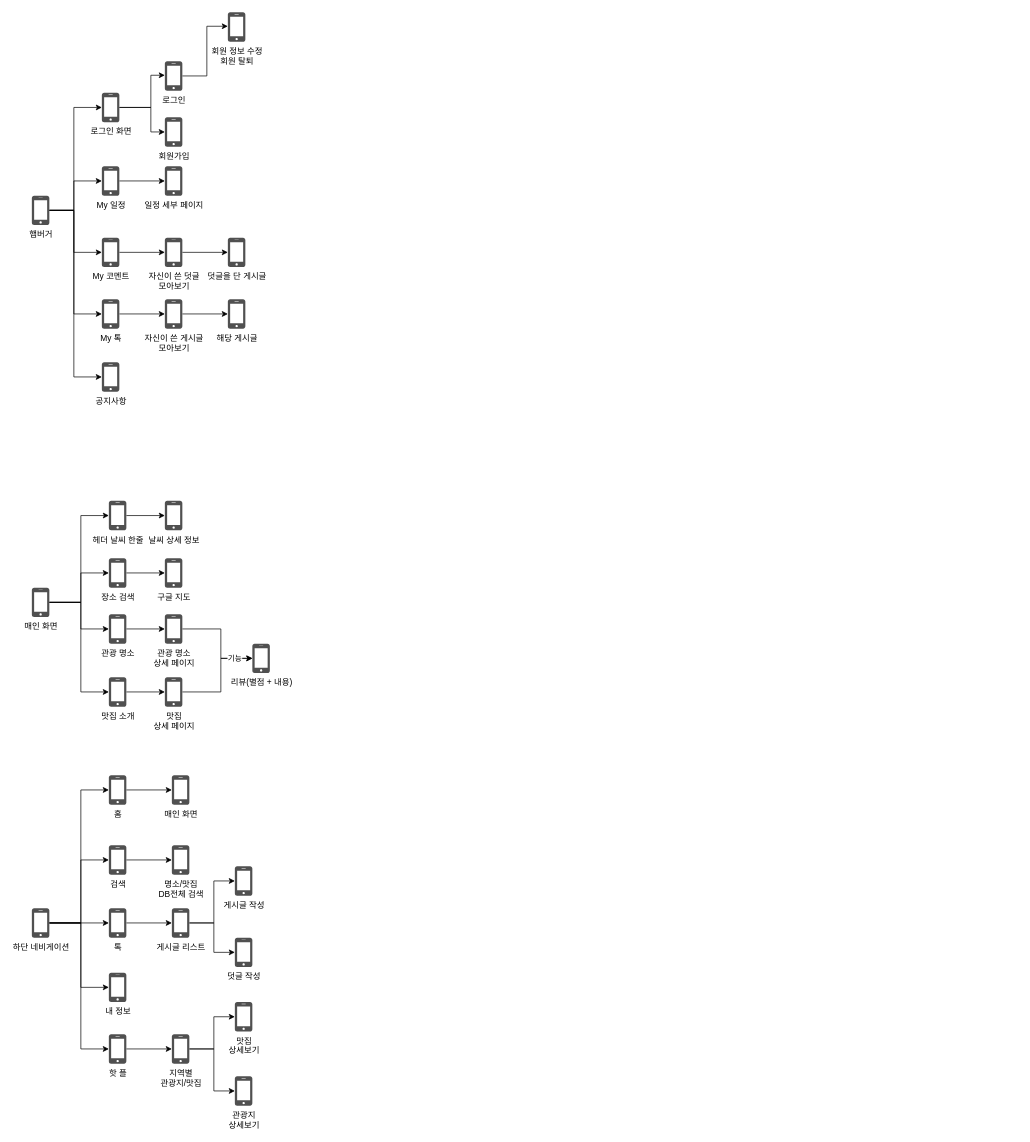
Earlier version of the draw.io diagram Untitled Diagram.drawio (High5tatus/JejuTour_Project). Source tidied: cells renumbered, new cells numbered last; positions are measured from the earlier drawing's top-left corner, leaving out a move shared by most shapes. Both pictures are drawn from the tidied source at 70%, with x=0, y=0 at pixel (31, 12).
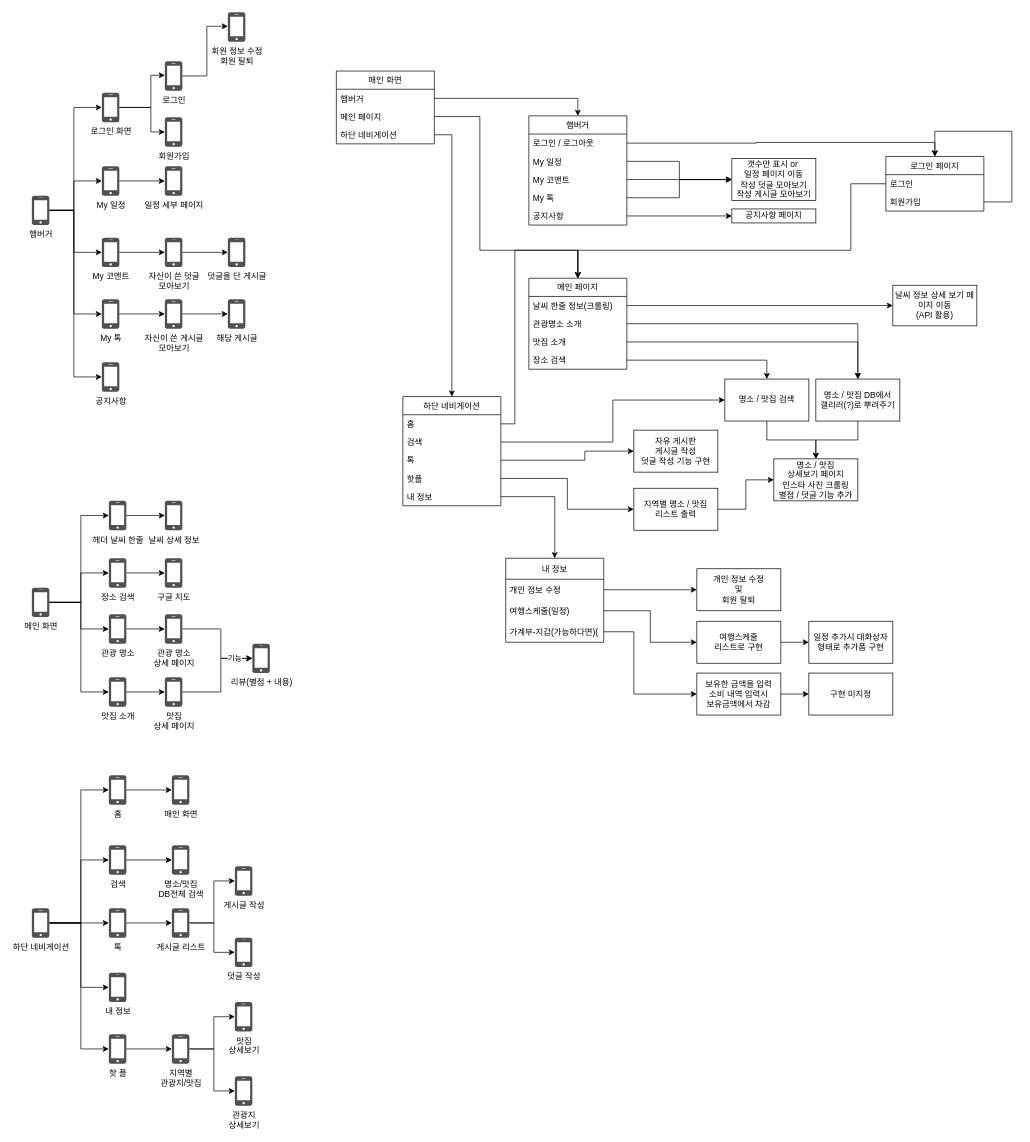
After the change.

Diff of the diagram source:
```diff
@@
-    <mxCell id="25" value="매인 화면" style="sketch=0;shadow=0;dashed=0;html=1;strokeColor=none;fillColor=#505050;labelPosition=center;verticalLabelPosition=bottom;verticalAlign=top;outlineConnect=0;align=center;shape=mxgraph.office.devices.cell_phone_iphone_standalone;" parent="1" vertex="1">
+    <mxCell id="25" value="메인 화면" style="sketch=0;shadow=0;dashed=0;html=1;strokeColor=none;fillColor=#505050;labelPosition=center;verticalLabelPosition=bottom;verticalAlign=top;outlineConnect=0;align=center;shape=mxgraph.office.devices.cell_phone_iphone_standalone;" parent="1" vertex="1">
       <mxGeometry y="822" width="25" height="42" as="geometry" />
     </mxCell>
@@
+    <mxCell id="76" value="햄버거" style="swimlane;fontStyle=0;horizontal=1;startSize=26;fillColor=none;" parent="1" vertex="1">
+      <mxGeometry x="710" y="148" width="140" height="156" as="geometry" />
+    </mxCell>
+    <mxCell id="77" value="로그인 / 로그아웃" style="text;strokeColor=none;fillColor=none;align=left;verticalAlign=top;spacingLeft=4;spacingRight=4;overflow=hidden;points=[[0,0.5],[1,0.5]];portConstraint=eastwest;" parent="76" vertex="1">
+      <mxGeometry y="26" width="140" height="26" as="geometry" />
+    </mxCell>
+    <mxCell id="78" value="My 일정" style="text;strokeColor=none;fillColor=none;align=left;verticalAlign=top;spacingLeft=4;spacingRight=4;overflow=hidden;points=[[0,0.5],[1,0.5]];portConstraint=eastwest;" parent="76" vertex="1">
+      <mxGeometry y="52" width="140" height="26" as="geometry" />
+    </mxCell>
+    <mxCell id="79" value="My 코맨트" style="text;strokeColor=none;fillColor=none;align=left;verticalAlign=top;spacingLeft=4;spacingRight=4;overflow=hidden;points=[[0,0.5],[1,0.5]];portConstraint=eastwest;" parent="76" vertex="1">
+      <mxGeometry y="78" width="140" height="26" as="geometry" />
+    </mxCell>
+    <mxCell id="80" value="My 톡" style="text;strokeColor=none;fillColor=none;align=left;verticalAlign=top;spacingLeft=4;spacingRight=4;overflow=hidden;points=[[0,0.5],[1,0.5]];portConstraint=eastwest;" parent="76" vertex="1">
+      <mxGeometry y="104" width="140" height="26" as="geometry" />
+    </mxCell>
+    <mxCell id="81" value="공지사항" style="text;strokeColor=none;fillColor=none;align=left;verticalAlign=top;spacingLeft=4;spacingRight=4;overflow=hidden;points=[[0,0.5],[1,0.5]];portConstraint=eastwest;" parent="76" vertex="1">
+      <mxGeometry y="130" width="140" height="26" as="geometry" />
+    </mxCell>
+    <mxCell id="82" value="로그인 페이지" style="swimlane;fontStyle=0;horizontal=1;startSize=26;fillColor=none;" parent="1" vertex="1">
+      <mxGeometry x="1220" y="206" width="140" height="78" as="geometry" />
+    </mxCell>
+    <mxCell id="83" value="로그인" style="text;strokeColor=none;fillColor=none;align=left;verticalAlign=top;spacingLeft=4;spacingRight=4;overflow=hidden;points=[[0,0.5],[1,0.5]];portConstraint=eastwest;" parent="82" vertex="1">
+      <mxGeometry y="26" width="140" height="26" as="geometry" />
+    </mxCell>
+    <mxCell id="84" style="edgeStyle=orthogonalEdgeStyle;rounded=0;jettySize=auto;html=1;entryX=0.5;entryY=0;entryDx=0;entryDy=0;" parent="82" edge="1" source="85" target="82">
+      <mxGeometry relative="1" as="geometry">
+        <Array as="points">
+          <mxPoint x="180" y="65" />
+          <mxPoint x="180" y="-36" />
+          <mxPoint x="70" y="-36" />
+        </Array>
+      </mxGeometry>
+    </mxCell>
+    <mxCell id="85" value="회원가입" style="text;strokeColor=none;fillColor=none;align=left;verticalAlign=top;spacingLeft=4;spacingRight=4;overflow=hidden;points=[[0,0.5],[1,0.5]];portConstraint=eastwest;" parent="82" vertex="1">
+      <mxGeometry y="52" width="140" height="26" as="geometry" />
+    </mxCell>
+    <mxCell id="86" style="edgeStyle=orthogonalEdgeStyle;rounded=0;jettySize=auto;html=1;entryX=0.5;entryY=0;entryDx=0;entryDy=0;" parent="1" edge="1" source="77" target="82">
+      <mxGeometry relative="1" as="geometry" />
+    </mxCell>
+    <mxCell id="87" value="매인 화면" style="swimlane;fontStyle=0;horizontal=1;startSize=26;fillColor=none;" parent="1" vertex="1">
+      <mxGeometry x="435" y="84" width="140" height="104" as="geometry" />
+    </mxCell>
+    <mxCell id="88" value="햄버거" style="text;strokeColor=none;fillColor=none;align=left;verticalAlign=top;spacingLeft=4;spacingRight=4;overflow=hidden;points=[[0,0.5],[1,0.5]];portConstraint=eastwest;" parent="87" vertex="1">
+      <mxGeometry y="26" width="140" height="26" as="geometry" />
+    </mxCell>
+    <mxCell id="89" value="메인 페이지" style="text;strokeColor=none;fillColor=none;align=left;verticalAlign=top;spacingLeft=4;spacingRight=4;overflow=hidden;points=[[0,0.5],[1,0.5]];portConstraint=eastwest;" parent="87" vertex="1">
+      <mxGeometry y="52" width="140" height="26" as="geometry" />
+    </mxCell>
+    <mxCell id="90" value="하단 네비게이션" style="text;strokeColor=none;fillColor=none;align=left;verticalAlign=top;spacingLeft=4;spacingRight=4;overflow=hidden;points=[[0,0.5],[1,0.5]];portConstraint=eastwest;" parent="87" vertex="1">
+      <mxGeometry y="78" width="140" height="26" as="geometry" />
+    </mxCell>
+    <mxCell id="91" style="edgeStyle=orthogonalEdgeStyle;rounded=0;jettySize=auto;html=1;entryX=0.5;entryY=0;entryDx=0;entryDy=0;" parent="1" edge="1" source="88" target="76">
+      <mxGeometry relative="1" as="geometry" />
+    </mxCell>
+    <mxCell id="92" value="메인 페이지" style="swimlane;fontStyle=0;horizontal=1;startSize=26;fillColor=none;" parent="1" vertex="1">
+      <mxGeometry x="710" y="380" width="140" height="130" as="geometry" />
+    </mxCell>
+    <mxCell id="93" value="날씨 한줄 정보(크롤링)" style="text;strokeColor=none;fillColor=none;align=left;verticalAlign=top;spacingLeft=4;spacingRight=4;overflow=hidden;points=[[0,0.5],[1,0.5]];portConstraint=eastwest;" parent="92" vertex="1">
+      <mxGeometry y="26" width="140" height="26" as="geometry" />
+    </mxCell>
+    <mxCell id="94" value="관광명소 소개" style="text;strokeColor=none;fillColor=none;align=left;verticalAlign=top;spacingLeft=4;spacingRight=4;overflow=hidden;points=[[0,0.5],[1,0.5]];portConstraint=eastwest;" parent="92" vertex="1">
+      <mxGeometry y="52" width="140" height="26" as="geometry" />
+    </mxCell>
+    <mxCell id="95" value="맛집 소개" style="text;strokeColor=none;fillColor=none;align=left;verticalAlign=top;spacingLeft=4;spacingRight=4;overflow=hidden;points=[[0,0.5],[1,0.5]];portConstraint=eastwest;" parent="92" vertex="1">
+      <mxGeometry y="78" width="140" height="26" as="geometry" />
+    </mxCell>
+    <mxCell id="96" value="장소 검색" style="text;strokeColor=none;fillColor=none;align=left;verticalAlign=top;spacingLeft=4;spacingRight=4;overflow=hidden;points=[[0,0.5],[1,0.5]];portConstraint=eastwest;" parent="92" vertex="1">
+      <mxGeometry y="104" width="140" height="26" as="geometry" />
+    </mxCell>
+    <mxCell id="97" style="edgeStyle=orthogonalEdgeStyle;rounded=0;jettySize=auto;html=1;entryX=0.5;entryY=0;entryDx=0;entryDy=0;" parent="1" edge="1" source="89" target="92">
+      <mxGeometry relative="1" as="geometry">
+        <Array as="points">
+          <mxPoint x="640" y="149" />
+          <mxPoint x="640" y="340" />
+          <mxPoint x="780" y="340" />
+        </Array>
+      </mxGeometry>
+    </mxCell>
+    <mxCell id="98" value="하단 네비게이션" style="swimlane;fontStyle=0;horizontal=1;startSize=26;fillColor=none;" parent="1" vertex="1">
+      <mxGeometry x="530" y="549" width="140" height="156" as="geometry" />
+    </mxCell>
+    <mxCell id="99" value="홈" style="text;strokeColor=none;fillColor=none;align=left;verticalAlign=top;spacingLeft=4;spacingRight=4;overflow=hidden;points=[[0,0.5],[1,0.5]];portConstraint=eastwest;" parent="98" vertex="1">
+      <mxGeometry y="26" width="140" height="26" as="geometry" />
+    </mxCell>
+    <mxCell id="100" value="검색" style="text;strokeColor=none;fillColor=none;align=left;verticalAlign=top;spacingLeft=4;spacingRight=4;overflow=hidden;points=[[0,0.5],[1,0.5]];portConstraint=eastwest;" parent="98" vertex="1">
+      <mxGeometry y="52" width="140" height="26" as="geometry" />
+    </mxCell>
+    <mxCell id="101" value="톡" style="text;strokeColor=none;fillColor=none;align=left;verticalAlign=top;spacingLeft=4;spacingRight=4;overflow=hidden;points=[[0,0.5],[1,0.5]];portConstraint=eastwest;" parent="98" vertex="1">
+      <mxGeometry y="78" width="140" height="26" as="geometry" />
+    </mxCell>
+    <mxCell id="102" value="핫플" style="text;strokeColor=none;fillColor=none;align=left;verticalAlign=top;spacingLeft=4;spacingRight=4;overflow=hidden;points=[[0,0.5],[1,0.5]];portConstraint=eastwest;whiteSpace=wrap;" parent="98" vertex="1">
+      <mxGeometry y="104" width="140" height="26" as="geometry" />
+    </mxCell>
+    <mxCell id="103" value="내 정보" style="text;strokeColor=none;fillColor=none;align=left;verticalAlign=top;spacingLeft=4;spacingRight=4;overflow=hidden;points=[[0,0.5],[1,0.5]];portConstraint=eastwest;" parent="98" vertex="1">
+      <mxGeometry y="130" width="140" height="26" as="geometry" />
+    </mxCell>
+    <mxCell id="104" style="edgeStyle=orthogonalEdgeStyle;rounded=0;jettySize=auto;html=1;entryX=0.5;entryY=0;entryDx=0;entryDy=0;" parent="1" edge="1" source="90" target="98">
+      <mxGeometry relative="1" as="geometry" />
+    </mxCell>
+    <mxCell id="105" style="edgeStyle=orthogonalEdgeStyle;rounded=0;jettySize=auto;html=1;entryX=0.5;entryY=0;entryDx=0;entryDy=0;exitX=1;exitY=0.5;exitDx=0;exitDy=0;" parent="1" edge="1" source="99" target="92">
+      <mxGeometry relative="1" as="geometry">
+        <Array as="points">
+          <mxPoint x="690" y="588" />
+          <mxPoint x="690" y="340" />
+          <mxPoint x="780" y="340" />
+        </Array>
+      </mxGeometry>
+    </mxCell>
+    <mxCell id="106" value="갯수만 표시 or&amp;nbsp;&lt;br&gt;일정 페이지 이동&lt;br&gt;작성 덧글 모아보기&lt;br&gt;작성 게시글 모아보기" style="rounded=0;whiteSpace=wrap;html=1;" parent="1" vertex="1">
+      <mxGeometry x="1000" y="209" width="120" height="60" as="geometry" />
+    </mxCell>
+    <mxCell id="107" style="edgeStyle=orthogonalEdgeStyle;rounded=0;jettySize=auto;html=1;entryX=0;entryY=0.5;entryDx=0;entryDy=0;" parent="1" edge="1" source="78" target="106">
+      <mxGeometry relative="1" as="geometry" />
+    </mxCell>
+    <mxCell id="108" style="edgeStyle=orthogonalEdgeStyle;rounded=0;jettySize=auto;html=1;entryX=0;entryY=0.5;entryDx=0;entryDy=0;" parent="1" edge="1" source="79" target="106">
+      <mxGeometry relative="1" as="geometry" />
+    </mxCell>
+    <mxCell id="109" style="edgeStyle=orthogonalEdgeStyle;rounded=0;jettySize=auto;html=1;entryX=0;entryY=0.5;entryDx=0;entryDy=0;" parent="1" edge="1" source="80" target="106">
+      <mxGeometry relative="1" as="geometry" />
+    </mxCell>
+    <mxCell id="110" value="공지사항 페이지" style="rounded=0;whiteSpace=wrap;html=1;" parent="1" vertex="1">
+      <mxGeometry x="1000" y="281" width="120" height="20" as="geometry" />
+    </mxCell>
+    <mxCell id="111" style="edgeStyle=orthogonalEdgeStyle;rounded=0;jettySize=auto;html=1;entryX=0;entryY=0.5;entryDx=0;entryDy=0;" parent="1" edge="1" source="81" target="110">
+      <mxGeometry relative="1" as="geometry" />
+    </mxCell>
+    <mxCell id="112" value="날씨 정보 상세 보기 페이지 이동&lt;br&gt;(API 활용)" style="rounded=0;whiteSpace=wrap;html=1;" parent="1" vertex="1">
+      <mxGeometry x="1230" y="390" width="120" height="58" as="geometry" />
+    </mxCell>
+    <mxCell id="113" style="edgeStyle=orthogonalEdgeStyle;rounded=0;jettySize=auto;html=1;entryX=0;entryY=0.5;entryDx=0;entryDy=0;" parent="1" edge="1" source="93" target="112">
+      <mxGeometry relative="1" as="geometry" />
+    </mxCell>
+    <mxCell id="114" style="edgeStyle=orthogonalEdgeStyle;rounded=0;jettySize=auto;html=1;entryX=0.5;entryY=0;entryDx=0;entryDy=0;" parent="1" edge="1" source="83" target="92">
+      <mxGeometry relative="1" as="geometry">
+        <Array as="points">
+          <mxPoint x="1170" y="245" />
+          <mxPoint x="1170" y="340" />
+          <mxPoint x="780" y="340" />
+        </Array>
+      </mxGeometry>
+    </mxCell>
+    <mxCell id="115" style="edgeStyle=orthogonalEdgeStyle;rounded=0;jettySize=auto;html=1;entryX=0.5;entryY=0;entryDx=0;entryDy=0;" parent="1" edge="1" source="96" target="118">
+      <mxGeometry relative="1" as="geometry" />
+    </mxCell>
+    <mxCell id="116" style="edgeStyle=orthogonalEdgeStyle;rounded=0;jettySize=auto;html=1;entryX=0.5;entryY=0;entryDx=0;entryDy=0;" parent="1" edge="1" source="94" target="120">
+      <mxGeometry relative="1" as="geometry" />
+    </mxCell>
+    <mxCell id="117" style="edgeStyle=orthogonalEdgeStyle;rounded=0;jettySize=auto;html=1;entryX=0.5;entryY=0;entryDx=0;entryDy=0;" parent="1" edge="1" source="118" target="122">
+      <mxGeometry relative="1" as="geometry" />
+    </mxCell>
+    <mxCell id="118" value="명소 / 맛집 검색" style="rounded=0;whiteSpace=wrap;html=1;" parent="1" vertex="1">
+      <mxGeometry x="990" y="524" width="120" height="60" as="geometry" />
+    </mxCell>
+    <mxCell id="119" style="edgeStyle=orthogonalEdgeStyle;rounded=0;jettySize=auto;html=1;entryX=0.5;entryY=0;entryDx=0;entryDy=0;" parent="1" edge="1" source="120" target="122">
+      <mxGeometry relative="1" as="geometry" />
+    </mxCell>
+    <mxCell id="120" value="명소 / 맛집 DB에서&lt;br&gt;갤리러(?)로 뿌려주기" style="rounded=0;whiteSpace=wrap;html=1;" parent="1" vertex="1">
+      <mxGeometry x="1120" y="524" width="120" height="60" as="geometry" />
+    </mxCell>
+    <mxCell id="121" style="edgeStyle=orthogonalEdgeStyle;rounded=0;jettySize=auto;html=1;entryX=0.5;entryY=0;entryDx=0;entryDy=0;" parent="1" edge="1" source="95" target="120">
+      <mxGeometry relative="1" as="geometry" />
+    </mxCell>
+    <mxCell id="122" value="명소 / 맛집 &lt;br&gt;상세보기 페이지&lt;br&gt;인스타 사진 크롤링&lt;br&gt;별점 / 덧글 기능 추가" style="rounded=0;whiteSpace=wrap;html=1;" parent="1" vertex="1">
+      <mxGeometry x="1060" y="638" width="120" height="60" as="geometry" />
+    </mxCell>
+    <mxCell id="123" style="edgeStyle=orthogonalEdgeStyle;rounded=0;jettySize=auto;html=1;entryX=0;entryY=0.5;entryDx=0;entryDy=0;exitX=1;exitY=0.5;exitDx=0;exitDy=0;" parent="1" edge="1" source="100" target="118">
+      <mxGeometry relative="1" as="geometry" />
+    </mxCell>
+    <mxCell id="124" value="자유 게시판&lt;br&gt;게시글 작성&lt;br&gt;덧글 작성 기능 구현" style="rounded=0;whiteSpace=wrap;html=1;" parent="1" vertex="1">
+      <mxGeometry x="860" y="597" width="120" height="60" as="geometry" />
+    </mxCell>
+    <mxCell id="125" style="edgeStyle=orthogonalEdgeStyle;rounded=0;jettySize=auto;html=1;entryX=0;entryY=0.5;entryDx=0;entryDy=0;" parent="1" edge="1" source="101" target="124">
+      <mxGeometry relative="1" as="geometry">
+        <Array as="points">
+          <mxPoint x="790" y="640" />
+          <mxPoint x="790" y="627" />
+        </Array>
+      </mxGeometry>
+    </mxCell>
+    <mxCell id="126" style="edgeStyle=orthogonalEdgeStyle;rounded=0;jettySize=auto;html=1;entryX=0;entryY=0.5;entryDx=0;entryDy=0;" parent="1" edge="1" source="127" target="122">
+      <mxGeometry relative="1" as="geometry" />
+    </mxCell>
+    <mxCell id="127" value="지역별 명소 / 맛집&lt;br&gt;리스트 출력" style="rounded=0;whiteSpace=wrap;html=1;" parent="1" vertex="1">
+      <mxGeometry x="860" y="680" width="120" height="60" as="geometry" />
+    </mxCell>
+    <mxCell id="128" style="edgeStyle=orthogonalEdgeStyle;rounded=0;jettySize=auto;html=1;entryX=0;entryY=0.5;entryDx=0;entryDy=0;" parent="1" edge="1" source="102" target="127">
+      <mxGeometry relative="1" as="geometry" />
+    </mxCell>
+    <mxCell id="129" value="내 정보" style="swimlane;fontStyle=0;horizontal=1;startSize=30;" parent="1" vertex="1">
+      <mxGeometry x="677" y="780" width="140" height="120" as="geometry" />
+    </mxCell>
+    <mxCell id="130" value="개인 정보 수정" style="text;strokeColor=none;fillColor=none;align=left;verticalAlign=middle;spacingLeft=4;spacingRight=4;overflow=hidden;points=[[0,0.5],[1,0.5]];portConstraint=eastwest;" parent="129" vertex="1">
+      <mxGeometry y="30" width="140" height="30" as="geometry" />
+    </mxCell>
+    <mxCell id="131" value="여행스케줄(일정)" style="text;strokeColor=none;fillColor=none;align=left;verticalAlign=middle;spacingLeft=4;spacingRight=4;overflow=hidden;points=[[0,0.5],[1,0.5]];portConstraint=eastwest;" parent="129" vertex="1">
+      <mxGeometry y="60" width="140" height="30" as="geometry" />
+    </mxCell>
+    <mxCell id="132" value="가계부-지갑(가능하다면)(" style="text;strokeColor=none;fillColor=none;align=left;verticalAlign=middle;spacingLeft=4;spacingRight=4;overflow=hidden;points=[[0,0.5],[1,0.5]];portConstraint=eastwest;" parent="129" vertex="1">
+      <mxGeometry y="90" width="140" height="30" as="geometry" />
+    </mxCell>
+    <mxCell id="133" style="edgeStyle=orthogonalEdgeStyle;rounded=0;jettySize=auto;html=1;entryX=0.5;entryY=0;entryDx=0;entryDy=0;" parent="1" edge="1" source="103" target="129">
+      <mxGeometry relative="1" as="geometry" />
+    </mxCell>
+    <mxCell id="134" style="edgeStyle=orthogonalEdgeStyle;rounded=0;jettySize=auto;html=1;entryX=0;entryY=0.5;entryDx=0;entryDy=0;" parent="1" edge="1" source="135" target="143">
+      <mxGeometry relative="1" as="geometry" />
+    </mxCell>
+    <mxCell id="135" value="여행스케줄&lt;br&gt;리스트로 구현" style="rounded=0;whiteSpace=wrap;html=1;" parent="1" vertex="1">
+      <mxGeometry x="950" y="870" width="120" height="60" as="geometry" />
+    </mxCell>
+    <mxCell id="136" style="edgeStyle=orthogonalEdgeStyle;rounded=0;jettySize=auto;html=1;entryX=0;entryY=0.5;entryDx=0;entryDy=0;" parent="1" edge="1" source="131" target="135">
+      <mxGeometry relative="1" as="geometry" />
+    </mxCell>
+    <mxCell id="137" value="개인 정보 수정&lt;br&gt;및&lt;br&gt;회원 탈퇴" style="rounded=0;whiteSpace=wrap;html=1;" parent="1" vertex="1">
+      <mxGeometry x="950" y="795" width="120" height="60" as="geometry" />
+    </mxCell>
+    <mxCell id="138" style="edgeStyle=orthogonalEdgeStyle;rounded=0;jettySize=auto;html=1;exitX=1;exitY=0.5;exitDx=0;exitDy=0;" parent="1" edge="1" source="130" target="137">
+      <mxGeometry relative="1" as="geometry" />
+    </mxCell>
+    <mxCell id="139" style="edgeStyle=orthogonalEdgeStyle;rounded=0;jettySize=auto;html=1;entryX=0;entryY=0.5;entryDx=0;entryDy=0;" parent="1" edge="1" source="140" target="142">
+      <mxGeometry relative="1" as="geometry" />
+    </mxCell>
+    <mxCell id="140" value="보유한 금액을 입력&lt;br&gt;소비 내역 입력시&lt;br&gt;보유금액에서 차감" style="rounded=0;whiteSpace=wrap;html=1;" parent="1" vertex="1">
+      <mxGeometry x="950" y="944" width="120" height="60" as="geometry" />
+    </mxCell>
+    <mxCell id="141" style="edgeStyle=orthogonalEdgeStyle;rounded=0;jettySize=auto;html=1;entryX=0;entryY=0.5;entryDx=0;entryDy=0;" parent="1" edge="1" source="132" target="140">
+      <mxGeometry relative="1" as="geometry">
+        <Array as="points">
+          <mxPoint x="860" y="885" />
+          <mxPoint x="860" y="974" />
+        </Array>
+      </mxGeometry>
+    </mxCell>
+    <mxCell id="142" value="구현 미지정" style="rounded=0;whiteSpace=wrap;html=1;" parent="1" vertex="1">
+      <mxGeometry x="1110" y="944" width="120" height="60" as="geometry" />
+    </mxCell>
+    <mxCell id="143" value="일정 추가시 대화상자 형태로 추가폼 구현" style="rounded=0;whiteSpace=wrap;html=1;" parent="1" vertex="1">
+      <mxGeometry x="1110" y="870" width="120" height="60" as="geometry" />
+    </mxCell>
```
